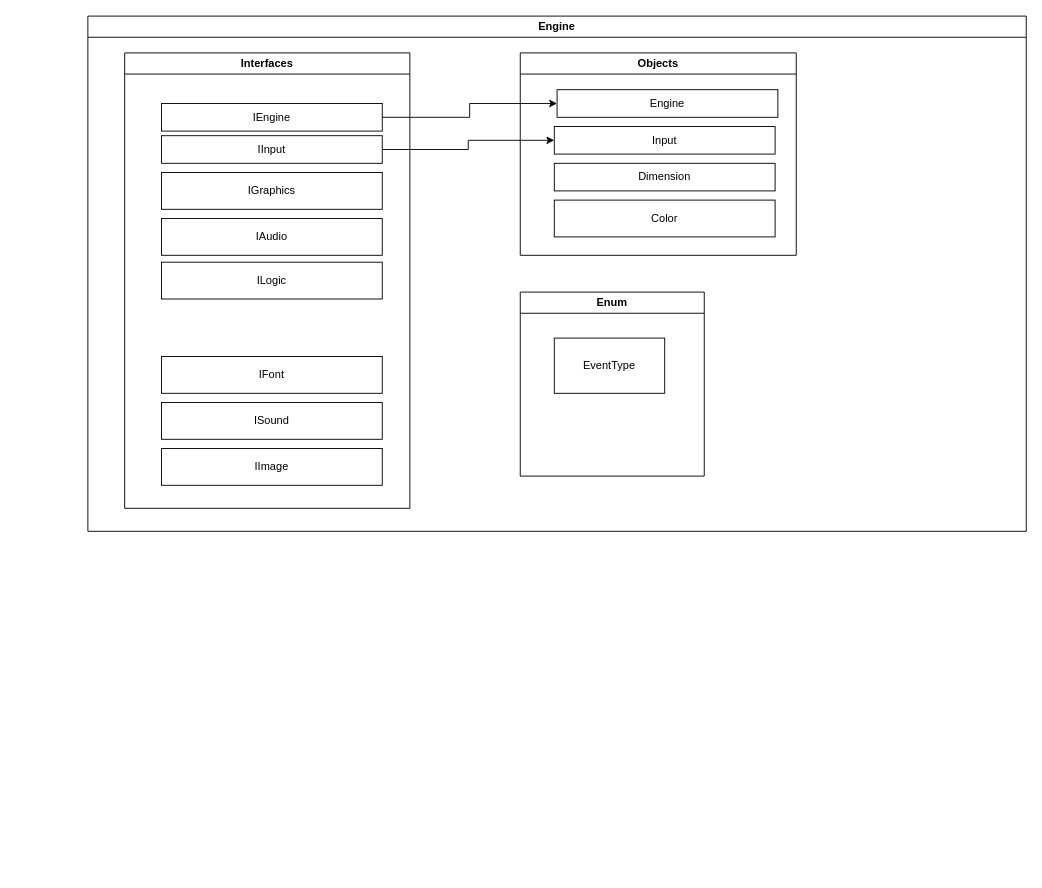
The draw.io diagram p1/Diagrams/Engine.drawio in Amphxros/VDM-Nonograms, before the edit. Source tidied: cells renumbered, new cells numbered last; positions are measured from the earlier drawing's top-left corner, leaving out a move shared by most shapes. Both pictures are drawn from the tidied source at 92%, with x=0, y=0 at pixel (87, 16).
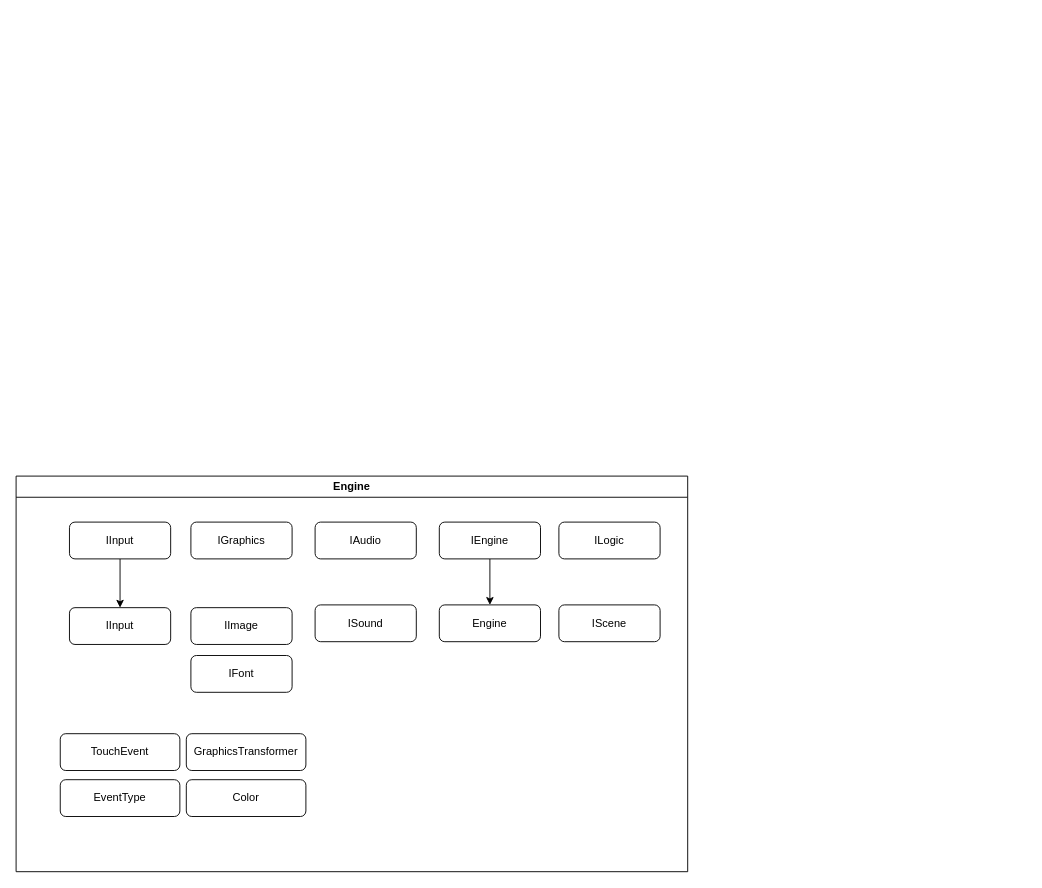
The same diagram, later.

Diff of the diagram source:
```diff
@@
-    <mxCell id="0" />
-    <mxCell id="1" parent="0" />
-    <mxCell id="2" value="Engine" style="swimlane;whiteSpace=wrap;html=1;swimlaneLine=1;" parent="1" vertex="1">
-      <mxGeometry width="1020" height="560" as="geometry" />
-    </mxCell>
-    <mxCell id="3" value="Objects" style="swimlane;whiteSpace=wrap;html=1;" parent="2" vertex="1">
-      <mxGeometry x="470" y="40" width="300" height="220" as="geometry" />
-    </mxCell>
-    <mxCell id="4" value="Input" style="rounded=0;whiteSpace=wrap;html=1;" parent="3" vertex="1">
-      <mxGeometry x="37" y="80" width="240" height="30" as="geometry" />
-    </mxCell>
-    <mxCell id="5" value="Color" style="rounded=0;whiteSpace=wrap;html=1;" parent="3" vertex="1">
-      <mxGeometry x="37" y="160" width="240" height="40" as="geometry" />
-    </mxCell>
-    <mxCell id="6" value="Dimension" style="rounded=0;whiteSpace=wrap;html=1;" parent="3" vertex="1">
-      <mxGeometry x="37" y="120" width="240" height="30" as="geometry" />
-    </mxCell>
-    <mxCell id="7" value="Engine" style="rounded=0;whiteSpace=wrap;html=1;" parent="3" vertex="1">
-      <mxGeometry x="40" y="40" width="240" height="30" as="geometry" />
-    </mxCell>
-    <mxCell id="8" value="Interfaces" style="swimlane;whiteSpace=wrap;html=1;" parent="2" vertex="1">
-      <mxGeometry x="40" y="40" width="310" height="495" as="geometry" />
-    </mxCell>
+    <mxCell id="21" />
+    <mxCell id="22" parent="21" />
+    <mxCell id="23" value="Engine" style="swimlane;whiteSpace=wrap;html=1;" parent="22" vertex="1">
+      <mxGeometry x="-78" y="500" width="730" height="430" as="geometry" />
+    </mxCell>
+    <mxCell id="16" value="ILogic" style="rounded=1;whiteSpace=wrap;html=1;" parent="23" vertex="1">
+      <mxGeometry x="590" y="50" width="110" height="40" as="geometry" />
+    </mxCell>
+    <mxCell id="24" style="edgeStyle=orthogonalEdgeStyle;rounded=0;jettySize=auto;html=1;exitX=0.5;exitY=1;exitDx=0;exitDy=0;entryX=0.5;entryY=0;entryDx=0;entryDy=0;" parent="23" edge="1" source="9" target="25">
+      <mxGeometry relative="1" as="geometry" />
+    </mxCell>
-    <mxCell id="9" value="IEngine" style="rounded=0;whiteSpace=wrap;html=1;" parent="8" vertex="1">
-      <mxGeometry x="40" y="55" width="240" height="30" as="geometry" />
+    <mxCell id="9" value="IEngine" style="rounded=1;whiteSpace=wrap;html=1;" parent="23" vertex="1">
+      <mxGeometry x="460" y="50" width="110" height="40" as="geometry" />
     </mxCell>
+    <mxCell id="25" value="Engine" style="rounded=1;whiteSpace=wrap;html=1;" parent="23" vertex="1">
+      <mxGeometry x="460" y="140" width="110" height="40" as="geometry" />
+    </mxCell>
+    <mxCell id="26" value="IScene" style="rounded=1;whiteSpace=wrap;html=1;" parent="23" vertex="1">
+      <mxGeometry x="590" y="140" width="110" height="40" as="geometry" />
+    </mxCell>
+    <mxCell id="12" value="IAudio" style="rounded=1;whiteSpace=wrap;html=1;" parent="23" vertex="1">
+      <mxGeometry x="325" y="50" width="110" height="40" as="geometry" />
+    </mxCell>
-    <mxCell id="10" value="IGraphics" style="rounded=0;whiteSpace=wrap;html=1;" parent="8" vertex="1">
-      <mxGeometry x="40" y="130" width="240" height="40" as="geometry" />
+    <mxCell id="10" value="IGraphics" style="rounded=1;whiteSpace=wrap;html=1;" parent="23" vertex="1">
+      <mxGeometry x="190" y="50" width="110" height="40" as="geometry" />
     </mxCell>
-    <mxCell id="11" value="IInput" style="rounded=0;whiteSpace=wrap;html=1;" parent="8" vertex="1">
-      <mxGeometry x="40" y="90" width="240" height="30" as="geometry" />
-    </mxCell>
-    <mxCell id="12" value="IAudio" style="rounded=0;whiteSpace=wrap;html=1;" parent="8" vertex="1">
-      <mxGeometry x="40" y="180" width="240" height="40" as="geometry" />
-    </mxCell>
+    <mxCell id="27" style="edgeStyle=orthogonalEdgeStyle;rounded=0;jettySize=auto;html=1;exitX=0.5;exitY=1;exitDx=0;exitDy=0;entryX=0.5;entryY=0;entryDx=0;entryDy=0;" parent="23" edge="1" source="28" target="31">
+      <mxGeometry relative="1" as="geometry" />
+    </mxCell>
+    <mxCell id="28" value="IInput" style="rounded=1;whiteSpace=wrap;html=1;" parent="23" vertex="1">
+      <mxGeometry x="58" y="50" width="110" height="40" as="geometry" />
+    </mxCell>
-    <mxCell id="13" value="IImage" style="rounded=0;whiteSpace=wrap;html=1;" parent="8" vertex="1">
-      <mxGeometry x="40" y="430" width="240" height="40" as="geometry" />
+    <mxCell id="13" value="IImage" style="rounded=1;whiteSpace=wrap;html=1;" parent="23" vertex="1">
+      <mxGeometry x="190" y="143" width="110" height="40" as="geometry" />
     </mxCell>
-    <mxCell id="14" value="IFont" style="rounded=0;whiteSpace=wrap;html=1;" parent="8" vertex="1">
-      <mxGeometry x="40" y="330" width="240" height="40" as="geometry" />
+    <mxCell id="14" value="IFont" style="rounded=1;whiteSpace=wrap;html=1;" parent="23" vertex="1">
+      <mxGeometry x="190" y="195" width="110" height="40" as="geometry" />
     </mxCell>
-    <mxCell id="15" value="ISound" style="rounded=0;whiteSpace=wrap;html=1;" parent="8" vertex="1">
-      <mxGeometry x="40" y="380" width="240" height="40" as="geometry" />
+    <mxCell id="15" value="ISound" style="rounded=1;whiteSpace=wrap;html=1;" parent="23" vertex="1">
+      <mxGeometry x="325" y="140" width="110" height="40" as="geometry" />
     </mxCell>
-    <mxCell id="16" value="ILogic" style="rounded=0;whiteSpace=wrap;html=1;" parent="8" vertex="1">
-      <mxGeometry x="40" y="227.5" width="240" height="40" as="geometry" />
-    </mxCell>
-    <mxCell id="17" value="Enum" style="swimlane;whiteSpace=wrap;html=1;" parent="2" vertex="1">
-      <mxGeometry x="470" y="300" width="200" height="200" as="geometry" />
-    </mxCell>
+    <mxCell id="29" value="GraphicsTransformer" style="rounded=1;whiteSpace=wrap;html=1;" parent="23" vertex="1">
+      <mxGeometry x="185" y="280" width="130" height="40" as="geometry" />
+    </mxCell>
+    <mxCell id="5" value="Color" style="rounded=1;whiteSpace=wrap;html=1;" parent="23" vertex="1">
+      <mxGeometry x="185" y="330" width="130" height="40" as="geometry" />
+    </mxCell>
-    <mxCell id="18" value="EventType" style="rounded=0;whiteSpace=wrap;html=1;" parent="17" vertex="1">
-      <mxGeometry x="37" y="50" width="120" height="60" as="geometry" />
+    <mxCell id="18" value="EventType" style="rounded=1;whiteSpace=wrap;html=1;" parent="23" vertex="1">
+      <mxGeometry x="48" y="330" width="130" height="40" as="geometry" />
     </mxCell>
-    <mxCell id="19" style="edgeStyle=orthogonalEdgeStyle;rounded=0;jettySize=auto;html=1;exitX=1;exitY=0.5;exitDx=0;exitDy=0;entryX=0;entryY=0.5;entryDx=0;entryDy=0;" parent="2" edge="1" source="11" target="4">
-      <mxGeometry relative="1" as="geometry" />
-    </mxCell>
-    <mxCell id="20" style="edgeStyle=orthogonalEdgeStyle;rounded=0;jettySize=auto;html=1;exitX=1;exitY=0.5;exitDx=0;exitDy=0;" parent="2" edge="1" source="9" target="7">
-      <mxGeometry relative="1" as="geometry" />
-    </mxCell>
+    <mxCell id="30" value="TouchEvent" style="rounded=1;whiteSpace=wrap;html=1;" parent="23" vertex="1">
+      <mxGeometry x="48" y="280" width="130" height="40" as="geometry" />
+    </mxCell>
+    <mxCell id="31" value="IInput" style="rounded=1;whiteSpace=wrap;html=1;" parent="23" vertex="1">
+      <mxGeometry x="58" y="143" width="110" height="40" as="geometry" />
+    </mxCell>
```
